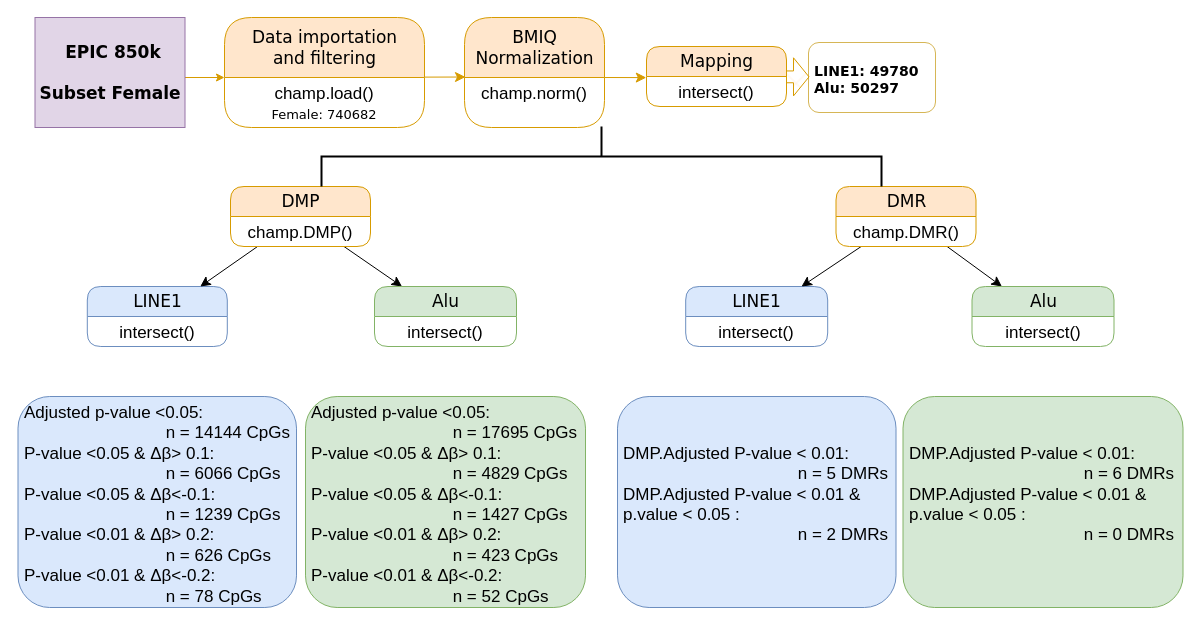
This is subset.drawio from mwLuan/image_storage, a draw.io file, before an edit. Source tidied: cells renumbered, new cells numbered last; positions are measured from the earlier drawing's top-left corner, leaving out a move shared by most shapes. Both pictures are drawn from the tidied source at 100%, with x=0, y=0 at pixel (18, -124).
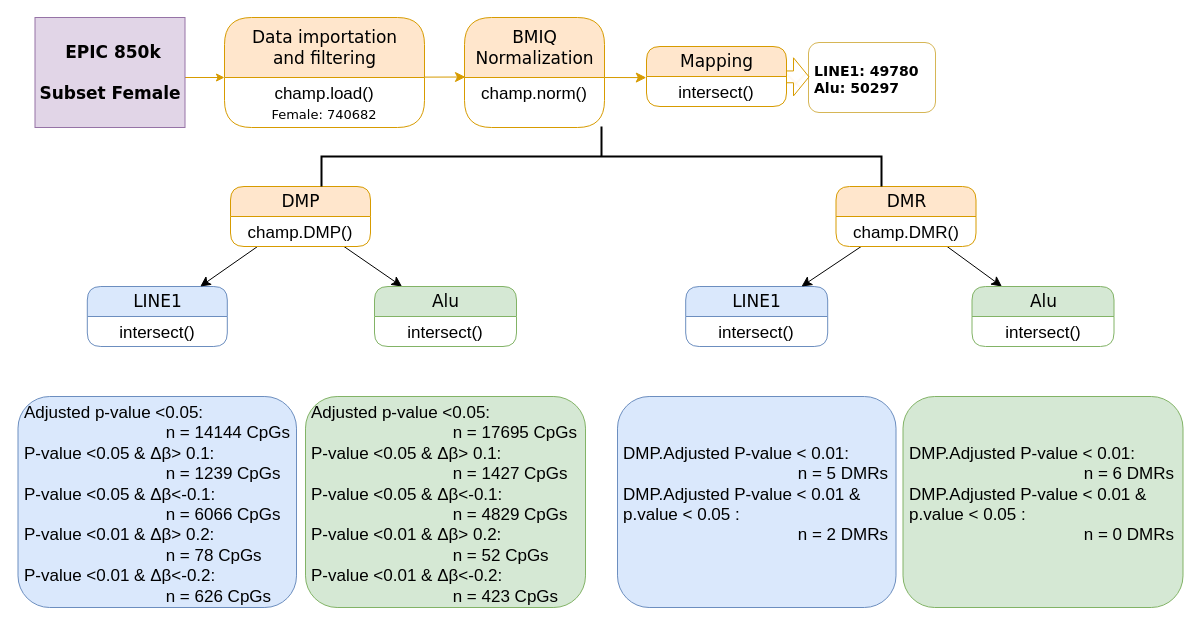
After the change.

What changed in the source:
```diff
@@
-    <mxCell id="27" value="&lt;font style=&quot;font-size: 17px;&quot;&gt;Adjusted p-value &amp;lt;0.05: &lt;br&gt;&amp;nbsp; &amp;nbsp; &amp;nbsp; &amp;nbsp; &amp;nbsp; &amp;nbsp; &amp;nbsp; &amp;nbsp; &amp;nbsp; &amp;nbsp; &amp;nbsp; &amp;nbsp; &amp;nbsp; &amp;nbsp; &amp;nbsp; n = 14144 CpGs &lt;br&gt;P-value &amp;lt;0.05 &amp;amp; Δβ&amp;gt; 0.1:&lt;br&gt;&amp;nbsp; &amp;nbsp; &amp;nbsp; &amp;nbsp; &amp;nbsp; &amp;nbsp; &amp;nbsp; &amp;nbsp; &amp;nbsp; &amp;nbsp; &amp;nbsp; &amp;nbsp; &amp;nbsp; &amp;nbsp; &amp;nbsp; n = 6066 CpGs&lt;br&gt;P-value &amp;lt;0.05 &amp;amp; Δβ&amp;lt;-0.1:&lt;br&gt;&amp;nbsp; &amp;nbsp; &amp;nbsp; &amp;nbsp; &amp;nbsp; &amp;nbsp; &amp;nbsp; &amp;nbsp; &amp;nbsp; &amp;nbsp; &amp;nbsp; &amp;nbsp; &amp;nbsp; &amp;nbsp; &amp;nbsp; n = 1239 CpGs&lt;br&gt;P-value &amp;lt;0.01 &amp;amp; Δβ&amp;gt; 0.2:&lt;br&gt;&amp;nbsp; &amp;nbsp; &amp;nbsp; &amp;nbsp; &amp;nbsp; &amp;nbsp; &amp;nbsp; &amp;nbsp; &amp;nbsp; &amp;nbsp; &amp;nbsp; &amp;nbsp; &amp;nbsp; &amp;nbsp; &amp;nbsp; n = 626 CpGs&lt;br style=&quot;border-color: var(--border-color);&quot;&gt;P-value &amp;lt;0.01 &amp;amp; Δβ&amp;lt;-0.2:&lt;br&gt;&amp;nbsp; &amp;nbsp; &amp;nbsp; &amp;nbsp; &amp;nbsp; &amp;nbsp; &amp;nbsp; &amp;nbsp; &amp;nbsp; &amp;nbsp; &amp;nbsp; &amp;nbsp; &amp;nbsp; &amp;nbsp; &amp;nbsp; n = 78 CpGs&lt;br&gt;&lt;/font&gt;" style="text;html=1;spacingLeft=4;spacingRight=4;whiteSpace=wrap;overflow=hidden;align=left;rounded=1;fillColor=#dae8fc;strokeColor=#6c8ebf;" parent="1" vertex="1">
+    <mxCell id="27" value="&lt;font style=&quot;font-size: 17px;&quot;&gt;Adjusted p-value &amp;lt;0.05: &lt;br&gt;&amp;nbsp; &amp;nbsp; &amp;nbsp; &amp;nbsp; &amp;nbsp; &amp;nbsp; &amp;nbsp; &amp;nbsp; &amp;nbsp; &amp;nbsp; &amp;nbsp; &amp;nbsp; &amp;nbsp; &amp;nbsp; &amp;nbsp; n = 14144 CpGs &lt;br&gt;P-value &amp;lt;0.05 &amp;amp; Δβ&amp;gt; 0.1:&lt;br&gt;&amp;nbsp; &amp;nbsp; &amp;nbsp; &amp;nbsp; &amp;nbsp; &amp;nbsp; &amp;nbsp; &amp;nbsp; &amp;nbsp; &amp;nbsp; &amp;nbsp; &amp;nbsp; &amp;nbsp; &amp;nbsp; &amp;nbsp; n = 1239 CpGs&lt;br&gt;P-value &amp;lt;0.05 &amp;amp; Δβ&amp;lt;-0.1:&lt;br&gt;&amp;nbsp; &amp;nbsp; &amp;nbsp; &amp;nbsp; &amp;nbsp; &amp;nbsp; &amp;nbsp; &amp;nbsp; &amp;nbsp; &amp;nbsp; &amp;nbsp; &amp;nbsp; &amp;nbsp; &amp;nbsp; &amp;nbsp; n = 6066 CpGs&lt;br&gt;P-value &amp;lt;0.01 &amp;amp; Δβ&amp;gt; 0.2:&lt;br&gt;&amp;nbsp; &amp;nbsp; &amp;nbsp; &amp;nbsp; &amp;nbsp; &amp;nbsp; &amp;nbsp; &amp;nbsp; &amp;nbsp; &amp;nbsp; &amp;nbsp; &amp;nbsp; &amp;nbsp; &amp;nbsp; &amp;nbsp; n = 78 CpGs&lt;br style=&quot;border-color: var(--border-color);&quot;&gt;P-value &amp;lt;0.01 &amp;amp; Δβ&amp;lt;-0.2:&lt;br&gt;&amp;nbsp; &amp;nbsp; &amp;nbsp; &amp;nbsp; &amp;nbsp; &amp;nbsp; &amp;nbsp; &amp;nbsp; &amp;nbsp; &amp;nbsp; &amp;nbsp; &amp;nbsp; &amp;nbsp; &amp;nbsp; &amp;nbsp; n = 626 CpGs&lt;br&gt;&lt;/font&gt;" style="text;html=1;spacingLeft=4;spacingRight=4;whiteSpace=wrap;overflow=hidden;align=left;rounded=1;fillColor=#dae8fc;strokeColor=#6c8ebf;" parent="1" vertex="1">
       <mxGeometry x="-0.5" y="520" width="278.5" height="211" as="geometry" />
     </mxCell>
-    <mxCell id="28" value="&lt;div style=&quot;font-size: 17px;&quot;&gt;&lt;font style=&quot;font-size: 17px;&quot;&gt;Adjusted p-value &amp;lt;0.05:&lt;/font&gt;&lt;/div&gt;&lt;div style=&quot;font-size: 17px;&quot;&gt;&lt;font style=&quot;font-size: 17px;&quot;&gt;&amp;nbsp; &amp;nbsp; &amp;nbsp; &amp;nbsp; &amp;nbsp; &amp;nbsp; &amp;nbsp; &amp;nbsp; &amp;nbsp; &amp;nbsp; &amp;nbsp; &amp;nbsp; &amp;nbsp; &amp;nbsp; &amp;nbsp; n = 17695 CpGs&lt;/font&gt;&lt;/div&gt;&lt;div style=&quot;font-size: 17px;&quot;&gt;&lt;font style=&quot;font-size: 17px;&quot;&gt;P-value &amp;lt;0.05 &amp;amp; Δβ&amp;gt; 0.1:&lt;/font&gt;&lt;/div&gt;&lt;div style=&quot;font-size: 17px;&quot;&gt;&lt;font style=&quot;font-size: 17px;&quot;&gt;&amp;nbsp; &amp;nbsp; &amp;nbsp; &amp;nbsp; &amp;nbsp; &amp;nbsp; &amp;nbsp; &amp;nbsp; &amp;nbsp; &amp;nbsp; &amp;nbsp; &amp;nbsp; &amp;nbsp; &amp;nbsp; &amp;nbsp; n = 4829 CpGs&lt;/font&gt;&lt;/div&gt;&lt;div style=&quot;font-size: 17px;&quot;&gt;&lt;font style=&quot;font-size: 17px;&quot;&gt;P-value &amp;lt;0.05 &amp;amp; Δβ&amp;lt;-0.1:&lt;/font&gt;&lt;/div&gt;&lt;div style=&quot;font-size: 17px;&quot;&gt;&lt;font style=&quot;font-size: 17px;&quot;&gt;&amp;nbsp; &amp;nbsp; &amp;nbsp; &amp;nbsp; &amp;nbsp; &amp;nbsp; &amp;nbsp; &amp;nbsp; &amp;nbsp; &amp;nbsp; &amp;nbsp; &amp;nbsp; &amp;nbsp; &amp;nbsp; &amp;nbsp; n = 1427 CpGs&lt;/font&gt;&lt;/div&gt;&lt;div style=&quot;font-size: 17px;&quot;&gt;&lt;font style=&quot;font-size: 17px;&quot;&gt;P-value &amp;lt;0.01 &amp;amp; Δβ&amp;gt; 0.2:&lt;/font&gt;&lt;/div&gt;&lt;div style=&quot;font-size: 17px;&quot;&gt;&lt;font style=&quot;font-size: 17px;&quot;&gt;&amp;nbsp; &amp;nbsp; &amp;nbsp; &amp;nbsp; &amp;nbsp; &amp;nbsp; &amp;nbsp; &amp;nbsp; &amp;nbsp; &amp;nbsp; &amp;nbsp; &amp;nbsp; &amp;nbsp; &amp;nbsp; &amp;nbsp; n = 423 CpGs&lt;/font&gt;&lt;/div&gt;&lt;div style=&quot;font-size: 17px;&quot;&gt;&lt;font style=&quot;font-size: 17px;&quot;&gt;P-value &amp;lt;0.01 &amp;amp; Δβ&amp;lt;-0.2:&lt;/font&gt;&lt;/div&gt;&lt;div style=&quot;font-size: 17px;&quot;&gt;&lt;font style=&quot;font-size: 17px;&quot;&gt;&amp;nbsp; &amp;nbsp; &amp;nbsp; &amp;nbsp; &amp;nbsp; &amp;nbsp; &amp;nbsp; &amp;nbsp; &amp;nbsp; &amp;nbsp; &amp;nbsp; &amp;nbsp; &amp;nbsp; &amp;nbsp; &amp;nbsp; n = 52 CpGs&lt;/font&gt;&lt;/div&gt;" style="text;html=1;spacingLeft=4;spacingRight=4;whiteSpace=wrap;overflow=hidden;align=left;rounded=1;fillColor=#d5e8d4;strokeColor=#82b366;" parent="1" vertex="1">
+    <mxCell id="28" value="&lt;div style=&quot;font-size: 17px;&quot;&gt;&lt;font style=&quot;font-size: 17px;&quot;&gt;Adjusted p-value &amp;lt;0.05:&lt;/font&gt;&lt;/div&gt;&lt;div style=&quot;font-size: 17px;&quot;&gt;&lt;font style=&quot;font-size: 17px;&quot;&gt;&amp;nbsp; &amp;nbsp; &amp;nbsp; &amp;nbsp; &amp;nbsp; &amp;nbsp; &amp;nbsp; &amp;nbsp; &amp;nbsp; &amp;nbsp; &amp;nbsp; &amp;nbsp; &amp;nbsp; &amp;nbsp; &amp;nbsp; n = 17695 CpGs&lt;/font&gt;&lt;/div&gt;&lt;div style=&quot;font-size: 17px;&quot;&gt;&lt;font style=&quot;font-size: 17px;&quot;&gt;P-value &amp;lt;0.05 &amp;amp; Δβ&amp;gt; 0.1:&lt;/font&gt;&lt;/div&gt;&lt;div style=&quot;font-size: 17px;&quot;&gt;&lt;font style=&quot;font-size: 17px;&quot;&gt;&amp;nbsp; &amp;nbsp; &amp;nbsp; &amp;nbsp; &amp;nbsp; &amp;nbsp; &amp;nbsp; &amp;nbsp; &amp;nbsp; &amp;nbsp; &amp;nbsp; &amp;nbsp; &amp;nbsp; &amp;nbsp; &amp;nbsp; n = 1427 CpGs&lt;/font&gt;&lt;/div&gt;&lt;div style=&quot;font-size: 17px;&quot;&gt;&lt;font style=&quot;font-size: 17px;&quot;&gt;P-value &amp;lt;0.05 &amp;amp; Δβ&amp;lt;-0.1:&lt;/font&gt;&lt;/div&gt;&lt;div style=&quot;font-size: 17px;&quot;&gt;&lt;font style=&quot;font-size: 17px;&quot;&gt;&amp;nbsp; &amp;nbsp; &amp;nbsp; &amp;nbsp; &amp;nbsp; &amp;nbsp; &amp;nbsp; &amp;nbsp; &amp;nbsp; &amp;nbsp; &amp;nbsp; &amp;nbsp; &amp;nbsp; &amp;nbsp; &amp;nbsp; n = 4829 CpGs&lt;/font&gt;&lt;/div&gt;&lt;div style=&quot;font-size: 17px;&quot;&gt;&lt;font style=&quot;font-size: 17px;&quot;&gt;P-value &amp;lt;0.01 &amp;amp; Δβ&amp;gt; 0.2:&lt;/font&gt;&lt;/div&gt;&lt;div style=&quot;font-size: 17px;&quot;&gt;&lt;font style=&quot;font-size: 17px;&quot;&gt;&amp;nbsp; &amp;nbsp; &amp;nbsp; &amp;nbsp; &amp;nbsp; &amp;nbsp; &amp;nbsp; &amp;nbsp; &amp;nbsp; &amp;nbsp; &amp;nbsp; &amp;nbsp; &amp;nbsp; &amp;nbsp; &amp;nbsp; n = 52 CpGs&lt;/font&gt;&lt;/div&gt;&lt;div style=&quot;font-size: 17px;&quot;&gt;&lt;font style=&quot;font-size: 17px;&quot;&gt;P-value &amp;lt;0.01 &amp;amp; Δβ&amp;lt;-0.2:&lt;/font&gt;&lt;/div&gt;&lt;div style=&quot;font-size: 17px;&quot;&gt;&lt;font style=&quot;font-size: 17px;&quot;&gt;&amp;nbsp; &amp;nbsp; &amp;nbsp; &amp;nbsp; &amp;nbsp; &amp;nbsp; &amp;nbsp; &amp;nbsp; &amp;nbsp; &amp;nbsp; &amp;nbsp; &amp;nbsp; &amp;nbsp; &amp;nbsp; &amp;nbsp; n = 423 CpGs&lt;/font&gt;&lt;/div&gt;" style="text;html=1;spacingLeft=4;spacingRight=4;whiteSpace=wrap;overflow=hidden;align=left;rounded=1;fillColor=#d5e8d4;strokeColor=#82b366;" parent="1" vertex="1">
       <mxGeometry x="287" y="520" width="280" height="211" as="geometry" />
     </mxCell>
```
